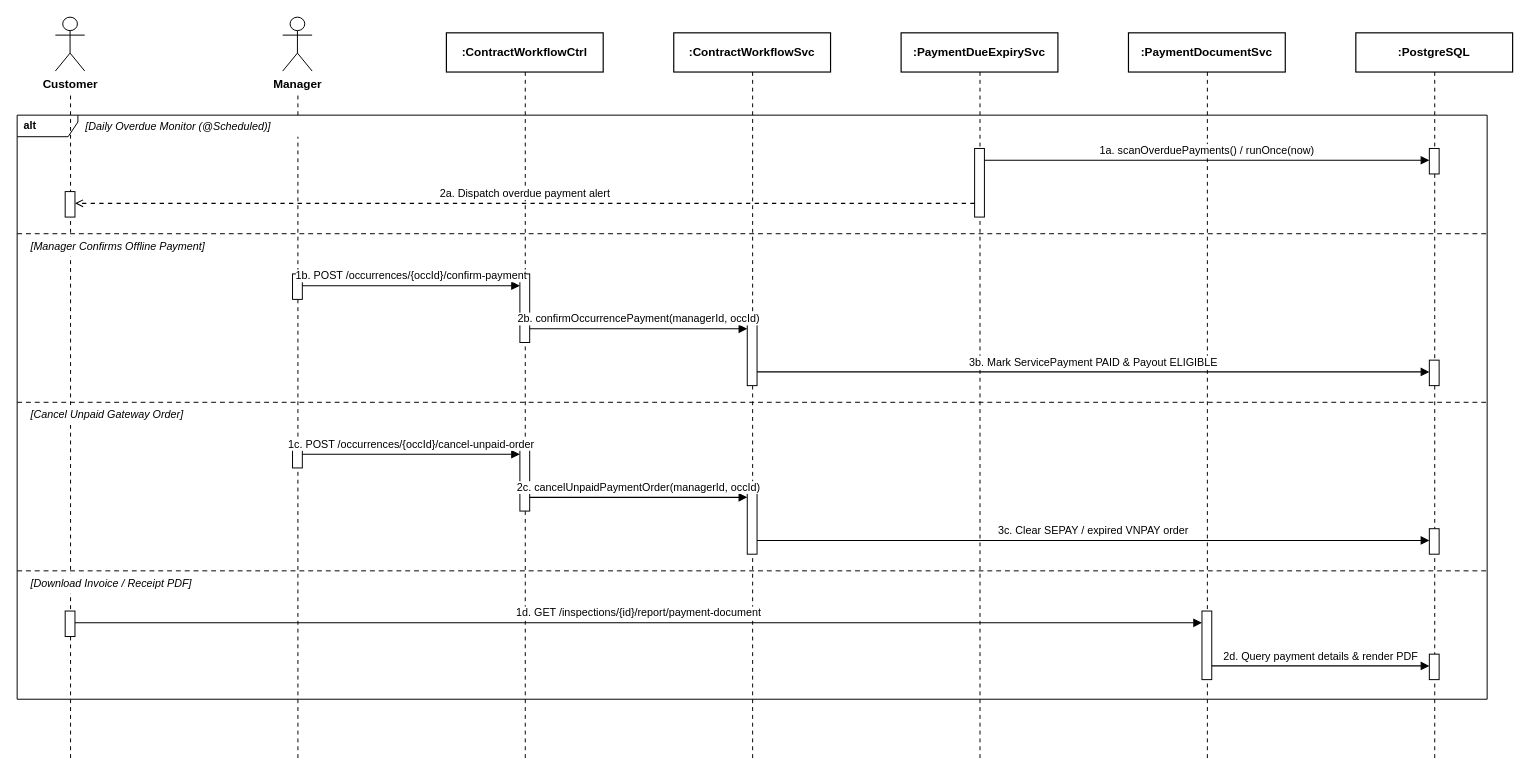
Above: page "FE-21 - Payment Deadlines & Confirmation" (23 of 26) of diagrams/smartdrone-sequence-diagrams.drawio in tungbach12/SmartDroneInspection-Docs (draw.io), before the change. Source tidied: cells renumbered, new cells numbered last; positions are measured from the earlier drawing's top-left corner, leaving out a move shared by most shapes. Both pictures are drawn from the tidied source at 98%, with x=0, y=0 at pixel (17, 17).
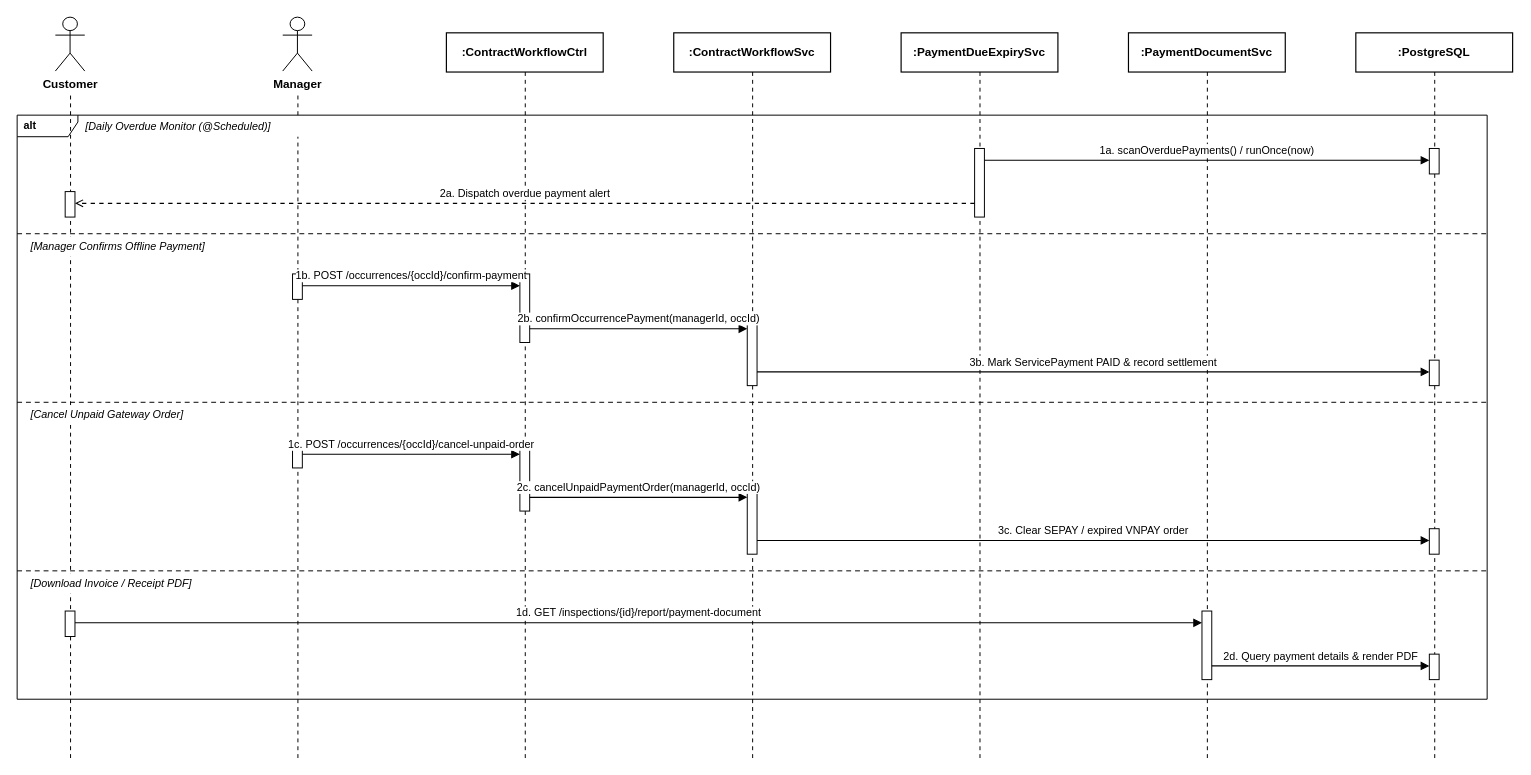
After the change.

Unchanged cells that the change refers to:
```xml
<mxCell id="22" style="rounded=0;whiteSpace=wrap;html=1;fillColor=#ffffff;strokeColor=#000000;strokeWidth=1;" parent="1" vertex="1">
  <mxGeometry x="745" y="306" width="10" height="70" as="geometry" />
</mxCell>
<mxCell id="27" style="rounded=0;whiteSpace=wrap;html=1;fillColor=#ffffff;strokeColor=#000000;strokeWidth=1;" parent="1" vertex="1">
  <mxGeometry x="1441" y="350" width="10" height="26" as="geometry" />
</mxCell>
```

Change to the diagram source:
```diff
@@
-    <mxCell id="42" value="3b. Mark ServicePayment PAID &amp; Payout ELIGIBLE" style="edgeStyle=orthogonalEdgeStyle;rounded=0;html=1;endArrow=block;endFill=1;strokeColor=#000000;strokeWidth=1.1;fontColor=#000000;fontFamily=Helvetica;fontSize=11;labelBackgroundColor=#ffffff;exitX=1;exitY=0.8000;exitDx=0;exitDy=0;entryX=0;entryY=0.4615;entryDx=0;entryDy=0;" parent="1" edge="1" source="22" target="27">
+    <mxCell id="42" value="3b. Mark ServicePayment PAID &amp; record settlement" style="edgeStyle=orthogonalEdgeStyle;rounded=0;html=1;endArrow=block;endFill=1;strokeColor=#000000;strokeWidth=1.1;fontColor=#000000;fontFamily=Helvetica;fontSize=11;labelBackgroundColor=#ffffff;exitX=1;exitY=0.8000;exitDx=0;exitDy=0;entryX=0;entryY=0.4615;entryDx=0;entryDy=0;" parent="1" edge="1" source="22" target="27">
       <mxGeometry relative="1" as="geometry">
         <mxPoint y="-10" as="offset" />
       </mxGeometry>
     </mxCell>
```
